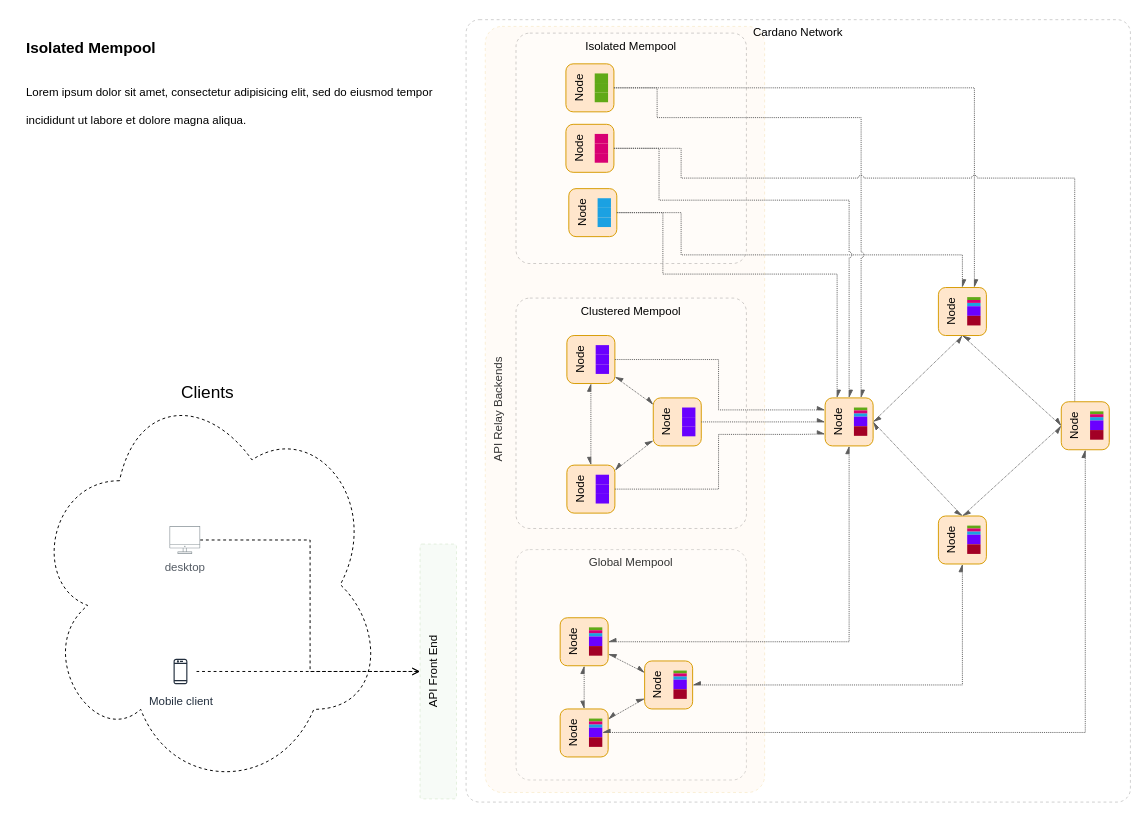
ilap/ShelleyStuffs keeps this draw.io diagram as diagrams/VirtualMempools.drawio. Above is the earlier version. Source tidied: cells renumbered, new cells numbered last; positions are measured from the earlier drawing's top-left corner, leaving out a move shared by most shapes. Both pictures are drawn from the tidied source at 96%, with x=0, y=0 at pixel (26, 19).
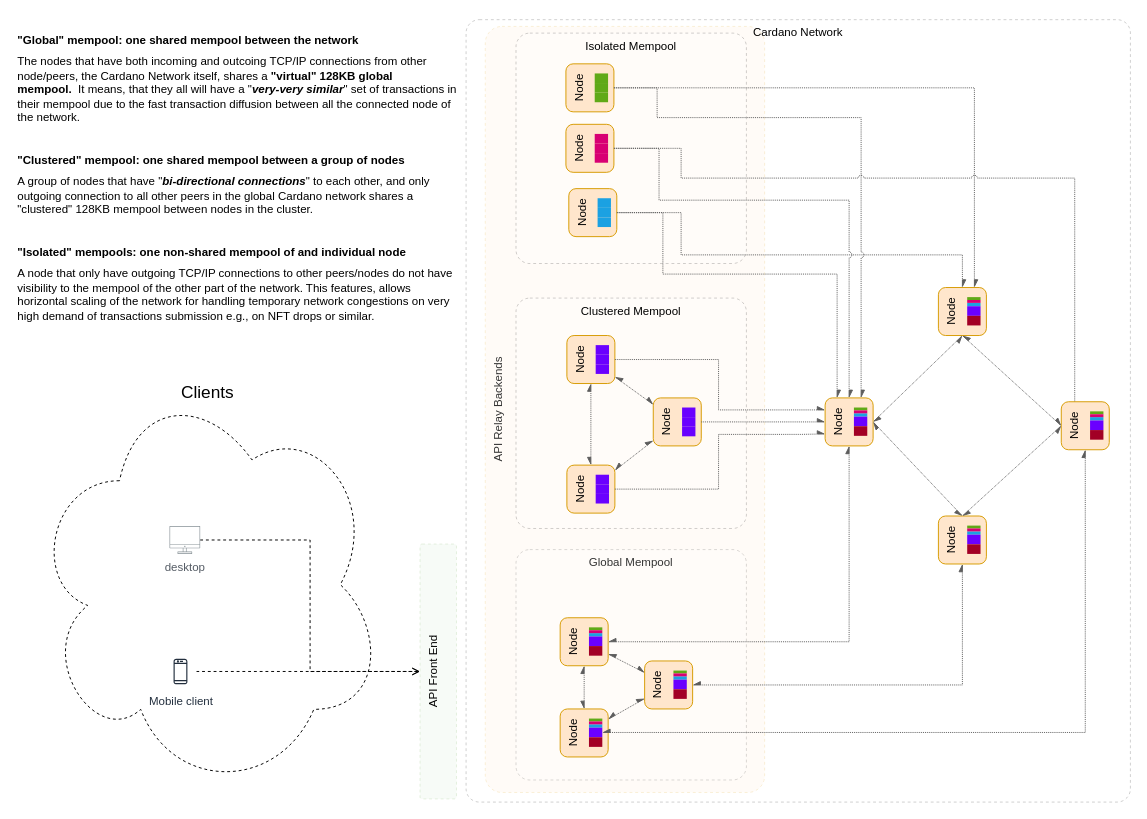
After the change.

Diff of the diagram source:
```diff
@@
-    <mxCell id="113" value="&lt;h1&gt;&lt;span&gt;&lt;font style=&quot;font-size: 16px&quot;&gt;Isolated Mempool&lt;/font&gt;&lt;/span&gt;&lt;/h1&gt;&lt;h1&gt;&lt;span style=&quot;font-size: 12px ; font-weight: normal&quot;&gt;Lorem ipsum dolor sit amet, consectetur adipisicing elit, sed do eiusmod tempor incididunt ut labore et dolore magna aliqua.&lt;/span&gt;&lt;br&gt;&lt;/h1&gt;" style="text;html=1;strokeColor=none;fillColor=none;spacing=0;spacingTop=-20;whiteSpace=wrap;overflow=hidden;rounded=0;shadow=0;glass=0;labelBackgroundColor=none;labelBorderColor=none;comic=0;sketch=0;fontColor=#000000;verticalAlign=top;" parent="1" vertex="1">
-      <mxGeometry y="12" width="443" height="130" as="geometry" />
-    </mxCell>
+    <mxCell id="114" value="&lt;h1 style=&quot;text-align: left ; font-size: 12px&quot;&gt;&lt;span style=&quot;font-size: 12px&quot;&gt;&quot;Global&quot; mempool: one shared mempool between the network&lt;/span&gt;&lt;/h1&gt;&lt;h1 style=&quot;text-align: left ; font-size: 12px&quot;&gt;&lt;span style=&quot;font-size: 12px ; font-weight: normal&quot;&gt;The nodes that have both incoming and outcoing TCP/IP connections from other node/peers, the Cardano Network itself, shares a &lt;/span&gt;&lt;span style=&quot;font-size: 12px&quot;&gt;&quot;virtual&quot; 128KB&lt;/span&gt;&lt;span style=&quot;font-size: 12px ; font-weight: normal&quot;&gt; &lt;/span&gt;&lt;span style=&quot;font-size: 12px&quot;&gt;global mempool.&amp;nbsp;&lt;/span&gt;&lt;span style=&quot;font-size: 12px ; font-weight: normal&quot;&gt;&amp;nbsp;It means, that they all will have a &quot;&lt;/span&gt;&lt;span style=&quot;font-size: 12px&quot;&gt;&lt;i&gt;very-very similar&lt;/i&gt;&lt;/span&gt;&lt;span style=&quot;font-size: 12px ; font-weight: normal&quot;&gt;&quot; set of transactions in their mempool due to the fast transaction diffusion between all the connected node of the network.&lt;/span&gt;&lt;/h1&gt;&lt;div&gt;&lt;h1 style=&quot;text-align: left ; font-size: 12px&quot;&gt;&lt;br&gt;&lt;/h1&gt;&lt;h1 style=&quot;text-align: left ; font-size: 12px&quot;&gt;&quot;Clustered&quot; mempool: one shared mempool between a group of nodes&lt;/h1&gt;&lt;h1 style=&quot;text-align: left ; font-size: 12px&quot;&gt;&lt;span style=&quot;font-weight: normal&quot;&gt;A group of nodes that have &quot;&lt;/span&gt;&lt;i&gt;bi-directional connections&lt;/i&gt;&lt;span style=&quot;font-weight: normal&quot;&gt;&quot; to each other, and only outgoing connection to all other peers in the global Cardano network shares a &quot;clustered&quot; 128KB mempool between nodes in the cluster.&lt;/span&gt;&lt;/h1&gt;&lt;/div&gt;&lt;div style=&quot;text-align: left&quot;&gt;&lt;br&gt;&lt;/div&gt;&lt;div&gt;&lt;div&gt;&lt;h1 style=&quot;text-align: left ; font-size: 12px&quot;&gt;&quot;Isolated&quot; mempools: one non-shared mempool of and individual node&lt;/h1&gt;&lt;h1 style=&quot;text-align: left ; font-size: 12px&quot;&gt;&lt;span style=&quot;font-weight: normal&quot;&gt;A node that only have outgoing TCP/IP connections to other peers/nodes do not have visibility to the mempool of the other part of the network. This features, allows horizontal scaling of the network for handling temporary network congestions on very high demand of transactions submission e.g., on NFT drops or similar.&lt;/span&gt;&lt;/h1&gt;&lt;/div&gt;&lt;div&gt;&lt;br&gt;&lt;/div&gt;&lt;/div&gt;" style="text;html=1;strokeColor=none;fillColor=none;align=center;verticalAlign=top;whiteSpace=wrap;rounded=0;shadow=0;glass=0;dashed=1;labelBackgroundColor=none;labelBorderColor=none;comic=0;sketch=0;fontSize=12;fontColor=#000000;" parent="1" vertex="1">
+      <mxGeometry x="-10" width="463" height="328" as="geometry" />
+    </mxCell>
```
